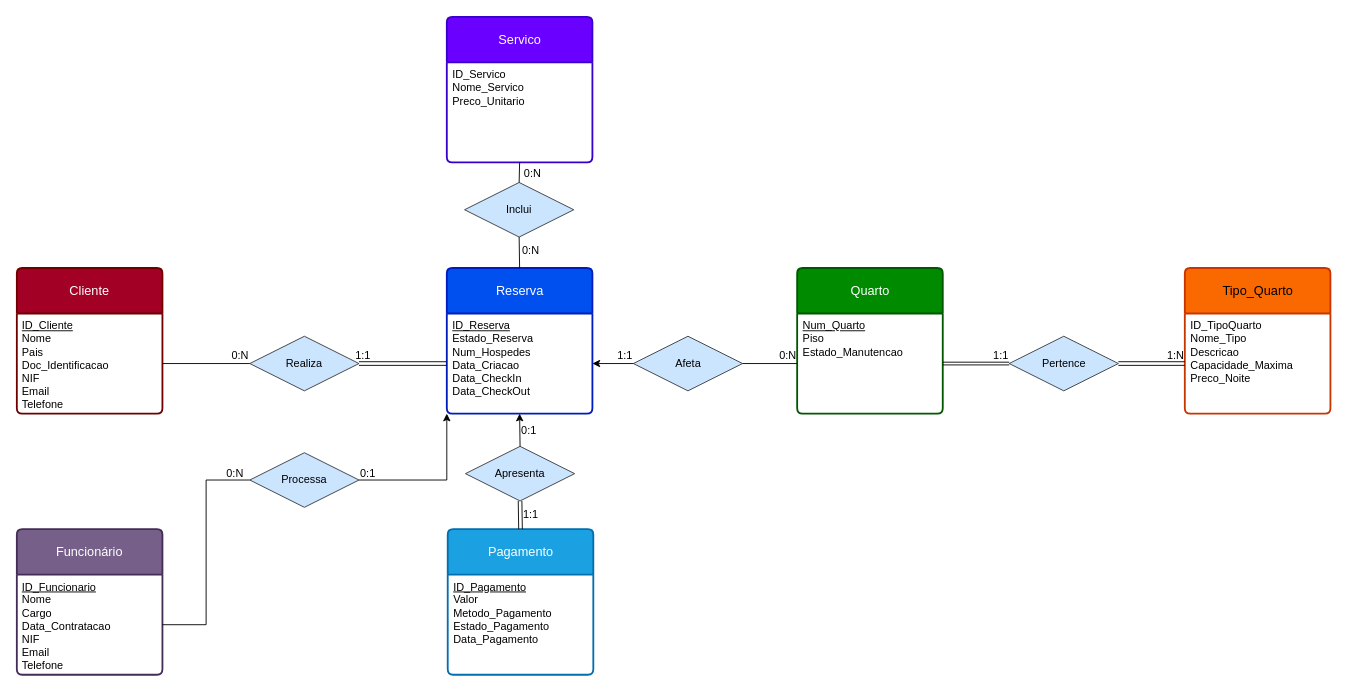
The draw.io diagram modelo/2024118083_2024116801-BDAD.drawio.xml in TiagoCC23/2024118083_2024116801-BDAD, before the edit. Source tidied: cells renumbered, new cells numbered last; positions are measured from the earlier drawing's top-left corner, leaving out a move shared by most shapes. Both pictures are drawn from the tidied source at 91%, with x=0, y=0 at pixel (16, 16).
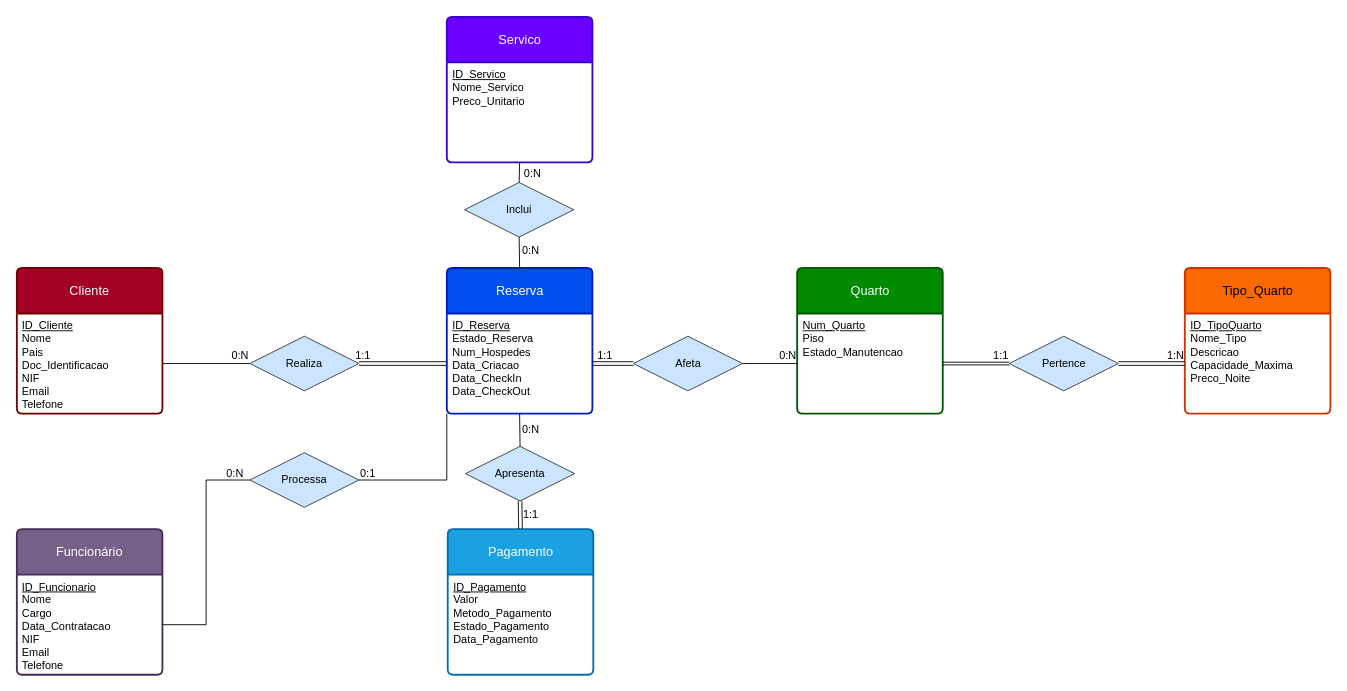
The same page after the edit.

The change refers to these unchanged cells:
```xml
<mxCell id="4" value="Servico" style="swimlane;horizontal=1;startSize=50;rounded=1;fontSize=14;fontStyle=0;strokeWidth=2;shadow=0;dashed=0;align=center;arcSize=4;whiteSpace=wrap;html=1;fillColor=#6a00ff;fontColor=#ffffff;strokeColor=#3700CC;" parent="1" vertex="1">
  <mxGeometry x="472.5" width="160" height="160" as="geometry" />
</mxCell>
<mxCell id="12" value="Tipo_Quarto" style="swimlane;horizontal=1;startSize=50;rounded=1;fontSize=14;fontStyle=0;strokeWidth=2;shadow=0;dashed=0;align=center;arcSize=4;whiteSpace=wrap;html=1;fillColor=#fa6800;fontColor=#000000;strokeColor=#C73500;" parent="1" vertex="1">
  <mxGeometry x="1283.5" y="276" width="160" height="160" as="geometry" />
</mxCell>
<mxCell id="15" value="&lt;u&gt;ID_Reserva&lt;/u&gt;&lt;div&gt;Estado_Reserva&lt;/div&gt;&lt;div&gt;Num_Hospedes&lt;/div&gt;&lt;div&gt;Data_Criacao&lt;/div&gt;&lt;div&gt;Data_CheckIn&lt;/div&gt;&lt;div&gt;Data_CheckOut&lt;/div&gt;" style="align=left;strokeColor=none;fillColor=none;spacingLeft=4;spacingRight=4;fontSize=12;verticalAlign=top;html=1;whiteSpace=wrap;" parent="14" vertex="1">
  <mxGeometry y="50" width="160" height="110" as="geometry" />
</mxCell>
<mxCell id="17" value="Afeta" style="shape=rhombus;perimeter=rhombusPerimeter;whiteSpace=wrap;html=1;align=center;fillColor=#cce5ff;strokeColor=#36393d;" parent="1" vertex="1">
  <mxGeometry x="677.5" y="351" width="120" height="60" as="geometry" />
</mxCell>
<mxCell id="22" value="Apresenta" style="shape=rhombus;perimeter=rhombusPerimeter;whiteSpace=wrap;html=1;align=center;fillColor=#cce5ff;strokeColor=#36393d;" parent="1" vertex="1">
  <mxGeometry x="493" y="472" width="120" height="60" as="geometry" />
</mxCell>
<mxCell id="42" value="Processa" style="shape=rhombus;perimeter=rhombusPerimeter;whiteSpace=wrap;html=1;align=center;fillColor=#cce5ff;strokeColor=#36393d;" parent="1" vertex="1">
  <mxGeometry x="256" y="479" width="120" height="60" as="geometry" />
</mxCell>
```

Change to the diagram source:
```diff
@@
-    <mxCell id="5" value="ID_Servico&lt;div&gt;Nome_Servico&lt;/div&gt;&lt;div&gt;Preco_Unitario&lt;/div&gt;" style="align=left;strokeColor=none;fillColor=none;spacingLeft=4;spacingRight=4;fontSize=12;verticalAlign=top;html=1;whiteSpace=wrap;" parent="4" vertex="1">
+    <mxCell id="5" value="&lt;u&gt;ID_Servico&lt;/u&gt;&lt;div&gt;Nome_Servico&lt;/div&gt;&lt;div&gt;Preco_Unitario&lt;/div&gt;" style="align=left;strokeColor=none;fillColor=none;spacingLeft=4;spacingRight=4;fontSize=12;verticalAlign=top;html=1;whiteSpace=wrap;" parent="4" vertex="1">
       <mxGeometry y="50" width="160" height="110" as="geometry" />
     </mxCell>
@@
-    <mxCell id="13" value="ID_TipoQuarto&lt;div&gt;Nome_Tipo&lt;/div&gt;&lt;div&gt;Descricao&lt;/div&gt;&lt;div&gt;Capacidade_Maxima&lt;/div&gt;&lt;div&gt;Preco_Noite&lt;/div&gt;" style="align=left;strokeColor=none;fillColor=none;spacingLeft=4;spacingRight=4;fontSize=12;verticalAlign=top;html=1;whiteSpace=wrap;" parent="12" vertex="1">
+    <mxCell id="13" value="&lt;u&gt;ID_TipoQuarto&lt;/u&gt;&lt;div&gt;Nome_Tipo&lt;/div&gt;&lt;div&gt;Descricao&lt;/div&gt;&lt;div&gt;Capacidade_Maxima&lt;/div&gt;&lt;div&gt;Preco_Noite&lt;/div&gt;" style="align=left;strokeColor=none;fillColor=none;spacingLeft=4;spacingRight=4;fontSize=12;verticalAlign=top;html=1;whiteSpace=wrap;" parent="12" vertex="1">
       <mxGeometry y="50" width="160" height="110" as="geometry" />
     </mxCell>
@@
-    <mxCell id="20" style="endArrow=none;html=1;rounded=0;startArrow=classic;startFill=1;entryX=0;entryY=0.5;entryDx=0;entryDy=0;exitX=1;exitY=0.5;exitDx=0;exitDy=0;" parent="1" edge="1" source="15" target="17">
+    <mxCell id="20" style="endArrow=none;html=1;rounded=0;startArrow=none;startFill=0;entryX=0;entryY=0.5;entryDx=0;entryDy=0;exitX=1;exitY=0.5;exitDx=0;exitDy=0;endFill=0;shape=link;" parent="1" edge="1" source="15" target="17">
       <mxGeometry relative="1" as="geometry" />
     </mxCell>
     <mxCell id="21" value="1:1" style="html=1;whiteSpace=wrap;align=right;verticalAlign=bottom;" parent="20" vertex="1">
-      <mxGeometry x="1" relative="1" as="geometry" />
+      <mxGeometry x="1" relative="1" as="geometry">
+        <mxPoint x="-22" as="offset" />
+      </mxGeometry>
     </mxCell>
@@
-    <mxCell id="25" style="endArrow=classic;html=1;rounded=0;entryX=0.5;entryY=1;entryDx=0;entryDy=0;exitX=0.5;exitY=0;exitDx=0;exitDy=0;startArrow=none;startFill=0;endFill=1;" parent="1" edge="1" source="22" target="15">
+    <mxCell id="25" style="endArrow=none;html=1;rounded=0;entryX=0.5;entryY=1;entryDx=0;entryDy=0;exitX=0.5;exitY=0;exitDx=0;exitDy=0;startArrow=none;startFill=0;endFill=0;" parent="1" edge="1" source="22" target="15">
       <mxGeometry relative="1" as="geometry" />
     </mxCell>
@@
-    <mxCell id="33" value="0:1" style="text;html=1;whiteSpace=wrap;strokeColor=none;fillColor=none;align=center;verticalAlign=middle;rounded=0;" parent="1" vertex="1">
-      <mxGeometry x="533" y="440" width="60" height="30" as="geometry" />
+    <mxCell id="33" value="0:N" style="text;html=1;whiteSpace=wrap;strokeColor=none;fillColor=none;align=center;verticalAlign=middle;rounded=0;" parent="1" vertex="1">
+      <mxGeometry x="535" y="439" width="60" height="30" as="geometry" />
     </mxCell>
@@
-    <mxCell id="40" style="edgeStyle=orthogonalEdgeStyle;rounded=0;jettySize=auto;html=1;entryX=0;entryY=1;entryDx=0;entryDy=0;shape=filledEdge;" parent="1" edge="1" source="42" target="15">
+    <mxCell id="40" style="edgeStyle=orthogonalEdgeStyle;rounded=0;jettySize=auto;html=1;entryX=0;entryY=1;entryDx=0;entryDy=0;shape=filledEdge;endArrow=none;endFill=0;" parent="1" edge="1" source="42" target="15">
       <mxGeometry relative="1" as="geometry" />
     </mxCell>
```
